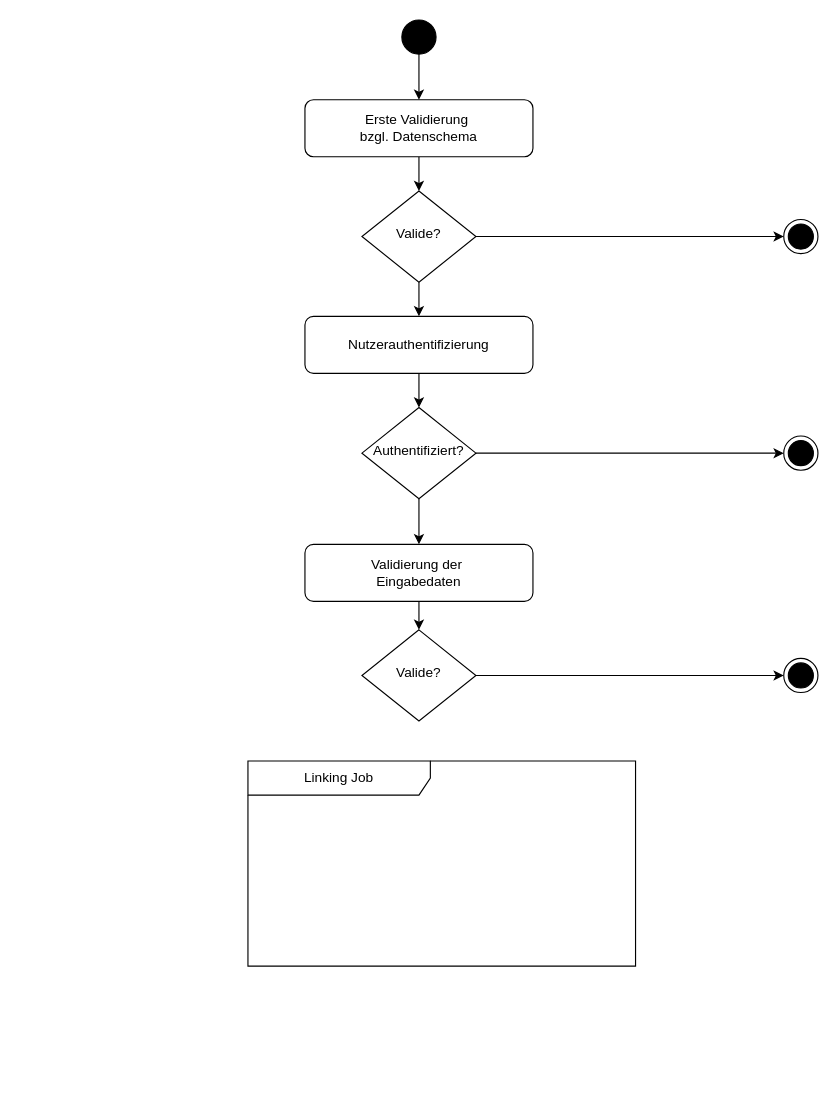
traveller195/draw_io keeps this draw.io diagram as sora/sora-geolinking-flowchart_001.drawio. Above is the earlier version. Source tidied: cells renumbered, new cells numbered last; positions are measured from the earlier drawing's top-left corner, leaving out a move shared by most shapes. Both pictures are drawn from the tidied source at 114%, with x=0, y=0 at pixel (247, 19).
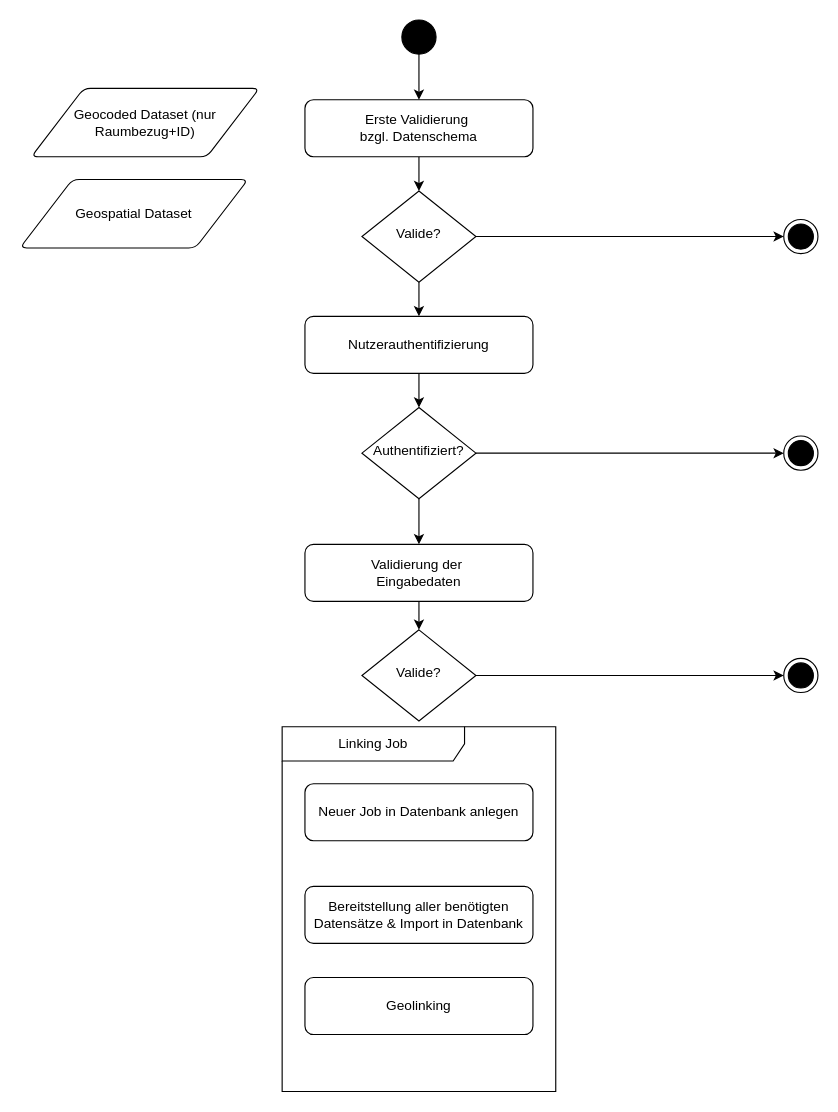
The same page after the edit.

The edit, as a diff of the source:
```diff
@@
     <mxCell id="6" value="Linking Job" style="shape=umlFrame;whiteSpace=wrap;html=1;width=160;" parent="1" vertex="1">
-      <mxGeometry y="650" width="340" height="180" as="geometry" />
+      <mxGeometry x="30" y="620" width="240" height="320" as="geometry" />
     </mxCell>
+    <mxCell id="22" value="Neuer Job in Datenbank anlegen" style="rounded=1;whiteSpace=wrap;html=1;fontSize=12;glass=0;strokeWidth=1;shadow=0;" parent="6" vertex="1">
+      <mxGeometry x="20" y="50" width="200" height="50" as="geometry" />
+    </mxCell>
+    <mxCell id="23" value="Bereitstellung aller benötigten Datensätze &amp;amp; Import in Datenbank" style="rounded=1;whiteSpace=wrap;html=1;fontSize=12;glass=0;strokeWidth=1;shadow=0;" parent="6" vertex="1">
+      <mxGeometry x="20" y="140" width="200" height="50" as="geometry" />
+    </mxCell>
+    <mxCell id="24" value="Geolinking" style="rounded=1;whiteSpace=wrap;html=1;fontSize=12;glass=0;strokeWidth=1;shadow=0;" parent="6" vertex="1">
+      <mxGeometry x="20" y="220" width="200" height="50" as="geometry" />
+    </mxCell>
@@
+    <mxCell id="25" value="Geocoded Dataset (nur Raumbezug+ID)" style="shape=parallelogram;html=1;strokeWidth=1;perimeter=parallelogramPerimeter;whiteSpace=wrap;rounded=1;arcSize=12;size=0.23;" parent="1" vertex="1">
+      <mxGeometry x="-190" y="60" width="200" height="60" as="geometry" />
+    </mxCell>
+    <mxCell id="26" value="Geospatial Dataset" style="shape=parallelogram;html=1;strokeWidth=1;perimeter=parallelogramPerimeter;whiteSpace=wrap;rounded=1;arcSize=12;size=0.23;" parent="1" vertex="1">
+      <mxGeometry x="-200" y="140" width="200" height="60" as="geometry" />
+    </mxCell>
```
